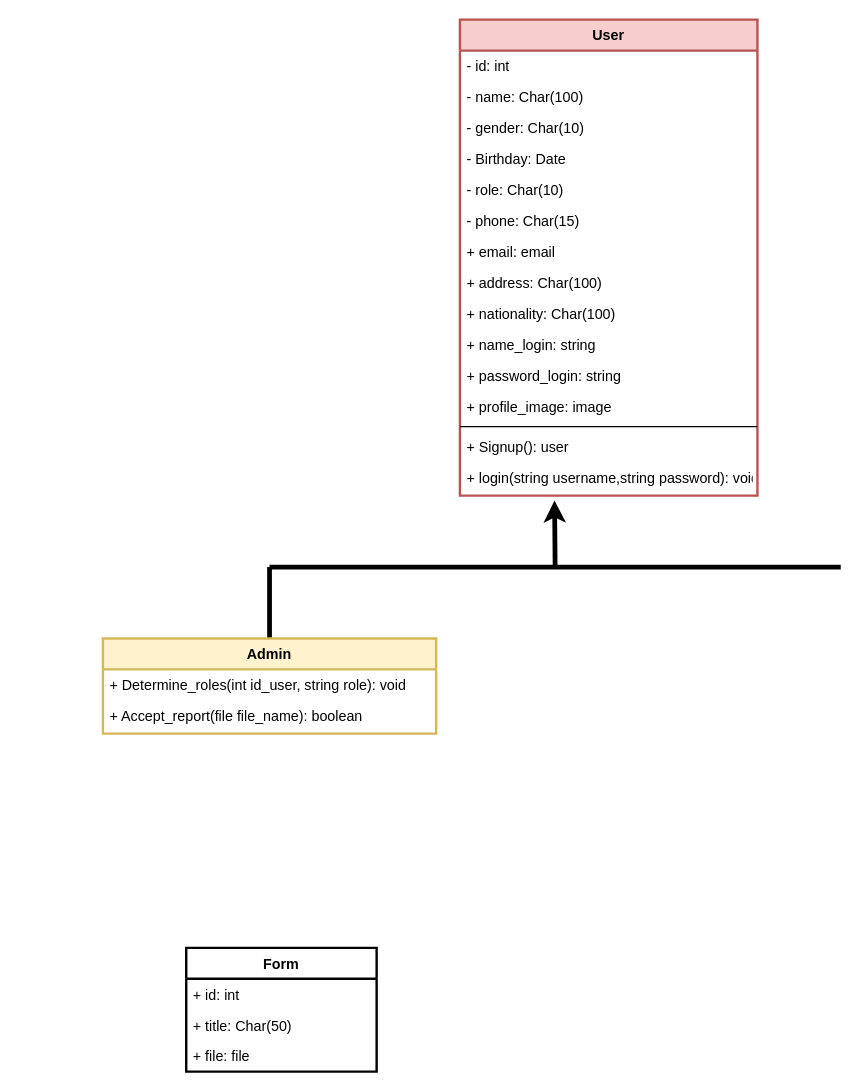
Earlier version of the draw.io diagram Class Diagram تخرج.drawio (doaa517/Diagrams). Source tidied: cells renumbered, new cells numbered last; positions are measured from the earlier drawing's top-left corner, leaving out a move shared by most shapes. Both pictures are drawn from the tidied source at 119%, with x=0, y=0 at pixel (102, 19).
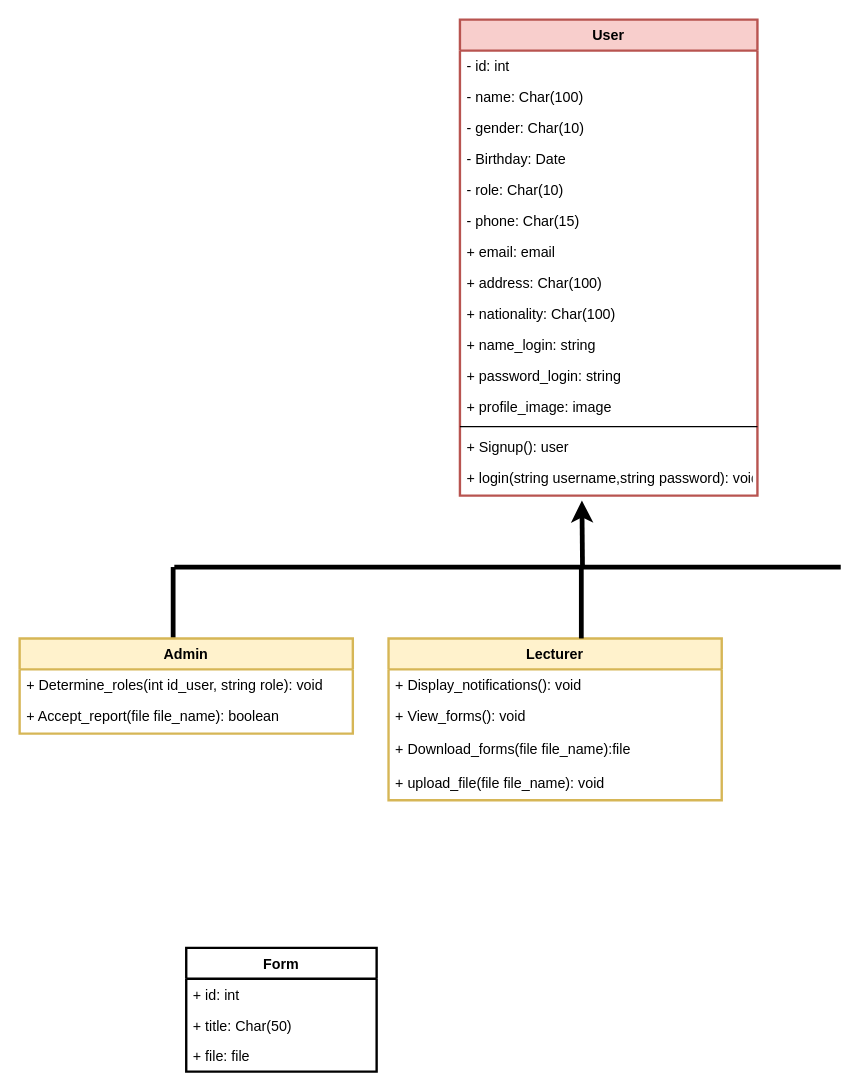
The same page after the edit.

Diff of the diagram source:
```diff
@@
     <mxCell id="18" style="endArrow=classic;html=1;rounded=0;strokeWidth=4;" parent="1" edge="1">
       <mxGeometry relative="1" as="geometry">
-        <mxPoint x="380" y="460" as="sourcePoint" />
-        <mxPoint x="379.5" y="404" as="targetPoint" />
+        <mxPoint x="403" y="460" as="sourcePoint" />
+        <mxPoint x="402.5" y="404" as="targetPoint" />
       </mxGeometry>
     </mxCell>
     <mxCell id="19" style="endArrow=none;html=1;rounded=0;strokeWidth=4;" parent="1" edge="1">
       <mxGeometry relative="1" as="geometry">
-        <mxPoint x="140" y="460" as="sourcePoint" />
+        <mxPoint x="60" y="460" as="sourcePoint" />
         <mxPoint x="620" y="460" as="targetPoint" />
       </mxGeometry>
     </mxCell>
     <mxCell id="20" style="endArrow=none;html=1;rounded=0;strokeWidth=4;" parent="1" edge="1">
       <mxGeometry relative="1" as="geometry">
-        <mxPoint x="140" y="520" as="sourcePoint" />
-        <mxPoint x="140" y="460" as="targetPoint" />
+        <mxPoint x="59" y="520" as="sourcePoint" />
+        <mxPoint x="59" y="460" as="targetPoint" />
       </mxGeometry>
     </mxCell>
     <mxCell id="21" value="Admin" style="swimlane;fontStyle=1;align=center;verticalAlign=top;horizontal=1;startSize=26;strokeWidth=2;fillColor=#fff2cc;strokeColor=#d6b656;" parent="1" vertex="1">
-      <mxGeometry y="520" width="280" height="80" as="geometry" />
+      <mxGeometry x="-70" y="520" width="280" height="80" as="geometry" />
     </mxCell>
@@
+    <mxCell id="28" value="Lecturer" style="swimlane;fontStyle=1;align=center;verticalAlign=top;horizontal=1;startSize=26;strokeWidth=2;fillColor=#fff2cc;strokeColor=#d6b656;" parent="1" vertex="1">
+      <mxGeometry x="240" y="520" width="280" height="136" as="geometry" />
+    </mxCell>
+    <mxCell id="29" value="+ Display_notifications(): void" style="text;strokeColor=none;fillColor=none;align=left;verticalAlign=top;spacingLeft=4;spacingRight=4;overflow=hidden;" parent="28" vertex="1">
+      <mxGeometry y="26" width="280" height="26" as="geometry" />
+    </mxCell>
+    <mxCell id="30" value="+ View_forms(): void&#10;" style="text;strokeColor=none;fillColor=none;align=left;verticalAlign=top;spacingLeft=4;spacingRight=4;overflow=hidden;" parent="28" vertex="1">
+      <mxGeometry y="52" width="280" height="28" as="geometry" />
+    </mxCell>
+    <mxCell id="31" value="+ Download_forms(file file_name):file&#10;" style="text;strokeColor=none;fillColor=none;align=left;verticalAlign=top;spacingLeft=4;spacingRight=4;overflow=hidden;" parent="28" vertex="1">
+      <mxGeometry y="80" width="280" height="28" as="geometry" />
+    </mxCell>
+    <mxCell id="32" value="+ upload_file(file file_name): void&#10;" style="text;strokeColor=none;fillColor=none;align=left;verticalAlign=top;spacingLeft=4;spacingRight=4;overflow=hidden;" parent="28" vertex="1">
+      <mxGeometry y="108" width="280" height="28" as="geometry" />
+    </mxCell>
+    <mxCell id="33" style="endArrow=none;html=1;rounded=0;strokeWidth=4;" parent="1" edge="1">
+      <mxGeometry relative="1" as="geometry">
+        <mxPoint x="402" y="520" as="sourcePoint" />
+        <mxPoint x="402" y="460" as="targetPoint" />
+      </mxGeometry>
+    </mxCell>
```
